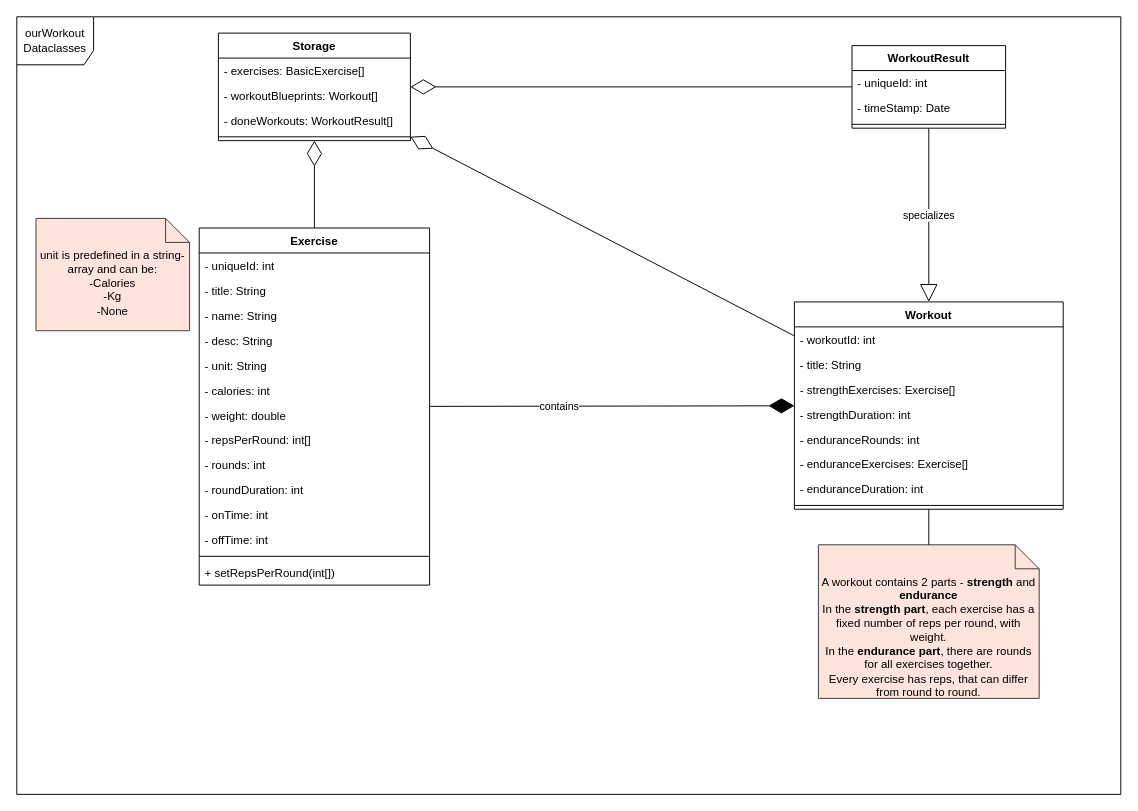
Earlier version of the draw.io diagram page "data-classes" (3 of 4) of 01_Documentation/diagrams.drawio (Vollol1/ourWorkout). Source tidied: cells renumbered, new cells numbered last; positions are measured from the earlier drawing's top-left corner, leaving out a move shared by most shapes. Both pictures are drawn from the tidied source at 96%, with x=0, y=0 at pixel (16, 16).
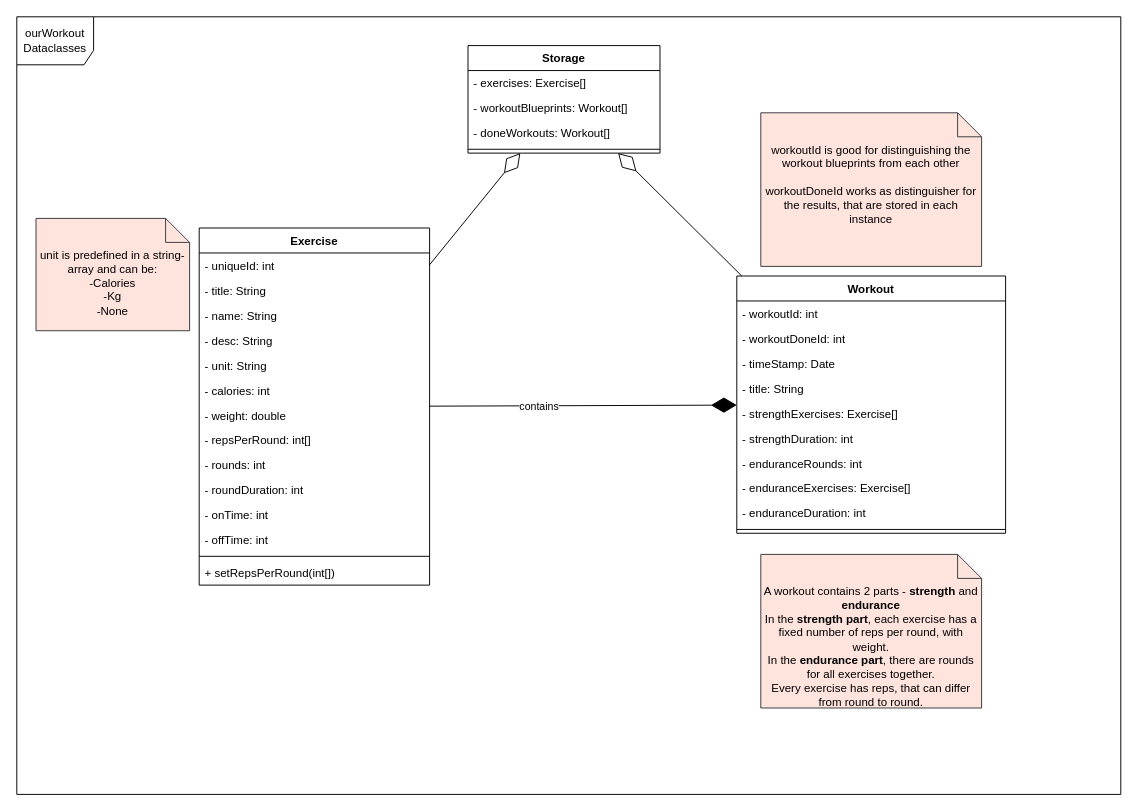
Above is the later version.

Commit message (it also covers changes not shown here):
Edit dataclasses - simplify workout class

What changed in the source:
```diff
@@
     <mxCell id="18" value="Workout" style="swimlane;fontStyle=1;align=center;verticalAlign=top;horizontal=1;startSize=26;" parent="1" vertex="1">
-      <mxGeometry x="810" y="297" width="280" height="216" as="geometry" />
+      <mxGeometry x="750" y="270" width="280" height="268" as="geometry" />
     </mxCell>
@@
+    <mxCell id="45" value="- workoutDoneId: int" style="text;strokeColor=none;fillColor=none;align=left;verticalAlign=top;spacingLeft=4;spacingRight=4;overflow=hidden;" parent="18" vertex="1">
+      <mxGeometry y="52" width="280" height="26" as="geometry" />
+    </mxCell>
+    <mxCell id="29" value="- timeStamp: Date" style="text;strokeColor=none;fillColor=none;align=left;verticalAlign=top;spacingLeft=4;spacingRight=4;overflow=hidden;" parent="18" vertex="1">
+      <mxGeometry y="78" width="280" height="26" as="geometry" />
+    </mxCell>
     <mxCell id="20" value="- title: String" style="text;strokeColor=none;fillColor=none;align=left;verticalAlign=top;spacingLeft=4;spacingRight=4;overflow=hidden;" parent="18" vertex="1">
-      <mxGeometry y="52" width="280" height="26" as="geometry" />
+      <mxGeometry y="104" width="280" height="26" as="geometry" />
     </mxCell>
     <mxCell id="21" value="- strengthExercises: Exercise[]" style="text;strokeColor=none;fillColor=none;align=left;verticalAlign=top;spacingLeft=4;spacingRight=4;overflow=hidden;" parent="18" vertex="1">
-      <mxGeometry y="78" width="280" height="26" as="geometry" />
+      <mxGeometry y="130" width="280" height="26" as="geometry" />
     </mxCell>
     <mxCell id="22" value="- strengthDuration: int" style="text;strokeColor=none;fillColor=none;align=left;verticalAlign=top;spacingLeft=4;spacingRight=4;overflow=hidden;" parent="18" vertex="1">
-      <mxGeometry y="104" width="280" height="26" as="geometry" />
+      <mxGeometry y="156" width="280" height="26" as="geometry" />
     </mxCell>
     <mxCell id="23" value="- enduranceRounds: int" style="text;strokeColor=none;fillColor=none;align=left;verticalAlign=top;spacingLeft=4;spacingRight=4;overflow=hidden;" parent="18" vertex="1">
-      <mxGeometry y="130" width="280" height="26" as="geometry" />
+      <mxGeometry y="182" width="280" height="26" as="geometry" />
     </mxCell>
     <mxCell id="24" value="- enduranceExercises: Exercise[]" style="text;strokeColor=none;fillColor=none;align=left;verticalAlign=top;spacingLeft=4;spacingRight=4;overflow=hidden;" parent="18" vertex="1">
-      <mxGeometry y="156" width="280" height="26" as="geometry" />
+      <mxGeometry y="208" width="280" height="26" as="geometry" />
     </mxCell>
     <mxCell id="25" value="- enduranceDuration: int" style="text;strokeColor=none;fillColor=none;align=left;verticalAlign=top;spacingLeft=4;spacingRight=4;overflow=hidden;" parent="18" vertex="1">
-      <mxGeometry y="182" width="280" height="26" as="geometry" />
+      <mxGeometry y="234" width="280" height="26" as="geometry" />
     </mxCell>
     <mxCell id="26" style="line;strokeWidth=1;fillColor=none;align=left;verticalAlign=middle;spacingTop=-1;spacingLeft=3;spacingRight=3;labelPosition=right;strokeColor=inherit;" parent="18" vertex="1">
-      <mxGeometry y="208" width="280" height="8" as="geometry" />
+      <mxGeometry y="260" width="280" height="8" as="geometry" />
     </mxCell>
-    <mxCell id="27" value="WorkoutResult" style="swimlane;fontStyle=1;align=center;verticalAlign=top;horizontal=1;startSize=26;" parent="1" vertex="1">
-      <mxGeometry x="870" y="30" width="160" height="86" as="geometry" />
-    </mxCell>
-    <mxCell id="28" value="- uniqueId: int" style="text;strokeColor=none;fillColor=none;align=left;verticalAlign=top;spacingLeft=4;spacingRight=4;overflow=hidden;" parent="27" vertex="1">
-      <mxGeometry y="26" width="160" height="26" as="geometry" />
-    </mxCell>
-    <mxCell id="29" value="- timeStamp: Date" style="text;strokeColor=none;fillColor=none;align=left;verticalAlign=top;spacingLeft=4;spacingRight=4;overflow=hidden;" parent="27" vertex="1">
-      <mxGeometry y="52" width="160" height="26" as="geometry" />
-    </mxCell>
-    <mxCell id="30" style="line;strokeWidth=1;fillColor=none;align=left;verticalAlign=middle;spacingTop=-1;spacingLeft=3;spacingRight=3;labelPosition=right;strokeColor=inherit;" parent="27" vertex="1">
-      <mxGeometry y="78" width="160" height="8" as="geometry" />
-    </mxCell>
     <mxCell id="31" value="Storage" style="swimlane;fontStyle=1;align=center;verticalAlign=top;horizontal=1;startSize=26;" parent="1" vertex="1">
-      <mxGeometry x="210" y="17" width="200" height="112" as="geometry" />
+      <mxGeometry x="470" y="30" width="200" height="112" as="geometry" />
     </mxCell>
-    <mxCell id="32" value="- exercises: BasicExercise[]" style="text;strokeColor=none;fillColor=none;align=left;verticalAlign=top;spacingLeft=4;spacingRight=4;overflow=hidden;" parent="31" vertex="1">
+    <mxCell id="32" value="- exercises: Exercise[]" style="text;strokeColor=none;fillColor=none;align=left;verticalAlign=top;spacingLeft=4;spacingRight=4;overflow=hidden;" parent="31" vertex="1">
       <mxGeometry y="26" width="200" height="26" as="geometry" />
     </mxCell>
@@
-    <mxCell id="34" value="- doneWorkouts: WorkoutResult[]" style="text;strokeColor=none;fillColor=none;align=left;verticalAlign=top;spacingLeft=4;spacingRight=4;overflow=hidden;" parent="31" vertex="1">
+    <mxCell id="34" value="- doneWorkouts: Workout[]" style="text;strokeColor=none;fillColor=none;align=left;verticalAlign=top;spacingLeft=4;spacingRight=4;overflow=hidden;" parent="31" vertex="1">
       <mxGeometry y="78" width="200" height="26" as="geometry" />
     </mxCell>
@@
-    <mxCell id="38" value="specializes" style="endArrow=block;endSize=16;endFill=0;html=1;rounded=0;" parent="1" edge="1" source="27" target="18">
-      <mxGeometry relative="1" as="geometry" />
-    </mxCell>
@@
-    <mxCell id="41" style="endArrow=diamondThin;endFill=0;endSize=24;html=1;rounded=0;" parent="1" edge="1" source="27" target="31">
-      <mxGeometry relative="1" as="geometry" />
-    </mxCell>
     <mxCell id="42" value="A workout contains 2 parts - &lt;b&gt;strength &lt;/b&gt;and &lt;b&gt;endurance&lt;/b&gt;&lt;br&gt;In the &lt;b&gt;strength part&lt;/b&gt;, each exercise has a fixed number of reps per round, with weight.&lt;br&gt;In the &lt;b&gt;endurance part&lt;/b&gt;, there are rounds for all exercises together.&lt;br&gt;Every exercise has reps, that can differ from round to round." style="shape=note2;boundedLbl=1;whiteSpace=wrap;html=1;size=25;verticalAlign=top;align=center;fillColor=#FFE4DE;strokeColor=#36393d;" parent="1" vertex="1">
-      <mxGeometry x="835" y="550" width="230" height="160" as="geometry" />
+      <mxGeometry x="775" y="560" width="230" height="160" as="geometry" />
     </mxCell>
-    <mxCell id="43" style="endArrow=none;html=1;rounded=0;" parent="1" edge="1" source="18" target="42">
-      <mxGeometry relative="1" as="geometry" />
-    </mxCell>
@@
+    <mxCell id="46" value="workoutId is good for distinguishing the workout blueprints from each other&lt;br&gt;&lt;br&gt;workoutDoneId works as distinguisher for the results, that are stored in each instance" style="shape=note2;boundedLbl=1;whiteSpace=wrap;html=1;size=25;verticalAlign=top;align=center;fillColor=#FFE4DE;strokeColor=#36393d;" parent="1" vertex="1">
+      <mxGeometry x="775" y="100" width="230" height="160" as="geometry" />
+    </mxCell>
```
